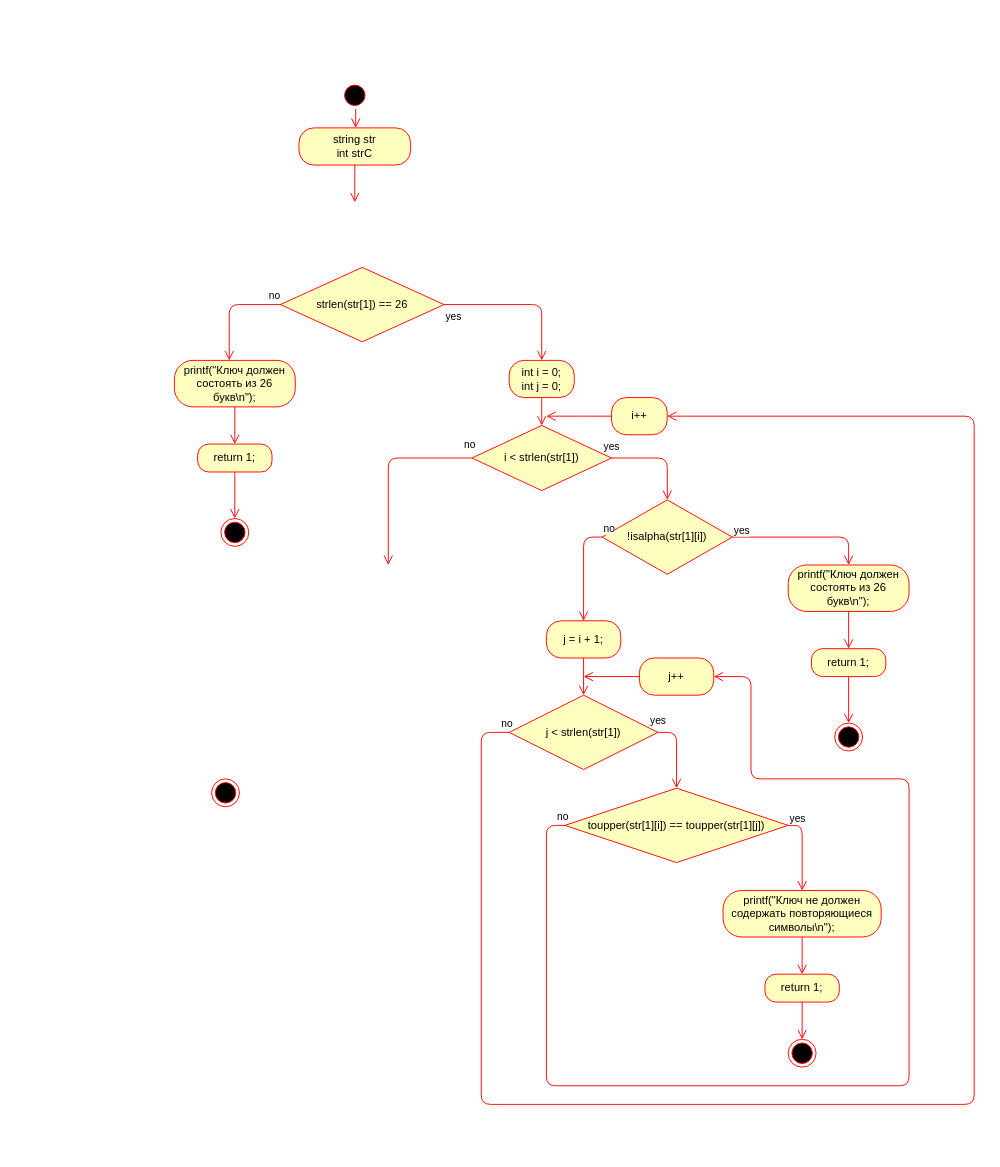
The draw.io diagram subtituti.drawio in ArtemYo8283/test, before the edit. Source tidied: cells renumbered, new cells numbered last; positions are measured from the earlier drawing's top-left corner, leaving out a move shared by most shapes. Both pictures are drawn from the tidied source at 93%, with x=0, y=0 at pixel (174, 81).
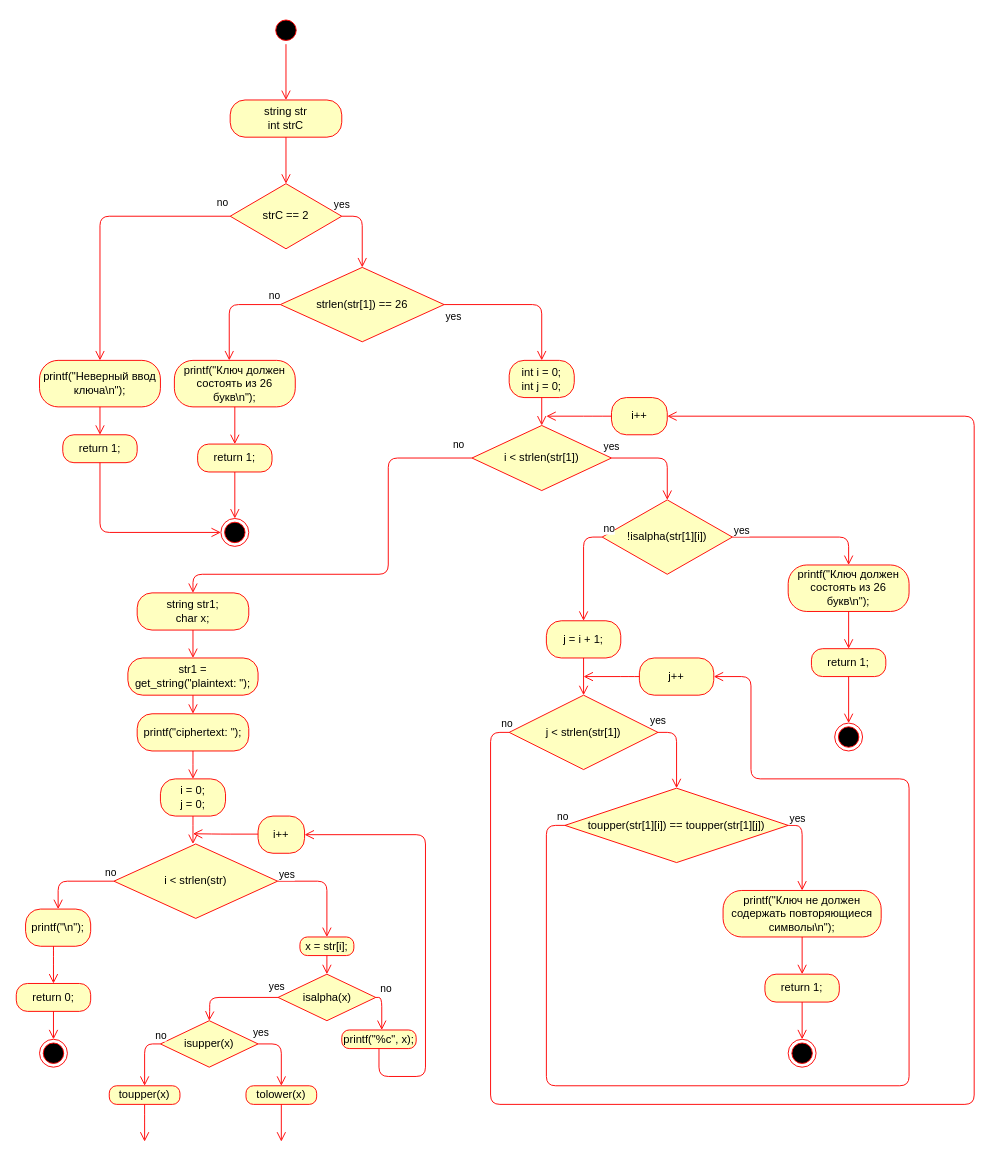
Above is the later version.

The change refers to these unchanged cells:
```xml
<mxCell id="7" value="strlen(str[1]) == 26" style="rhombus;whiteSpace=wrap;html=1;fillColor=#ffffc0;strokeColor=#ff0000;" parent="1" vertex="1">
  <mxGeometry x="114" y="200" width="176" height="80" as="geometry" />
</mxCell>
<mxCell id="12" value="i &amp;lt;&amp;nbsp;strlen(str[1])" style="rhombus;whiteSpace=wrap;html=1;fillColor=#ffffc0;strokeColor=#ff0000;" parent="1" vertex="1">
  <mxGeometry x="320" y="370" width="150" height="70" as="geometry" />
</mxCell>
<mxCell id="25" value="j &amp;lt;&amp;nbsp;strlen(str[1])" style="rhombus;whiteSpace=wrap;html=1;fillColor=#ffffc0;strokeColor=#ff0000;" parent="1" vertex="1">
  <mxGeometry x="360" y="660" width="160" height="80" as="geometry" />
</mxCell>
<mxCell id="38" value="i++" style="rounded=1;whiteSpace=wrap;html=1;arcSize=40;fontColor=#000000;fillColor=#ffffc0;strokeColor=#ff0000;" parent="1" vertex="1">
  <mxGeometry x="470" y="340" width="60" height="40" as="geometry" />
</mxCell>
<mxCell id="44" style="ellipse;html=1;shape=endState;fillColor=#000000;strokeColor=#ff0000;" parent="1" vertex="1">
  <mxGeometry x="50" y="470" width="30" height="30" as="geometry" />
</mxCell>
```

The edit, as a diff of the source:
```diff
@@
-    <mxCell id="2" style="ellipse;html=1;shape=endState;fillColor=#000000;strokeColor=#ff0000;" parent="1" vertex="1">
-      <mxGeometry x="40" y="750" width="30" height="30" as="geometry" />
-    </mxCell>
     <mxCell id="3" style="ellipse;html=1;shape=startState;fillColor=#000000;strokeColor=#ff0000;" parent="1" vertex="1">
-      <mxGeometry x="179" width="30" height="30" as="geometry" />
+      <mxGeometry x="105" y="-70" width="30" height="30" as="geometry" />
     </mxCell>
-    <mxCell id="4" style="edgeStyle=orthogonalEdgeStyle;html=1;verticalAlign=bottom;endArrow=open;endSize=8;strokeColor=#ff0000;" parent="1" edge="1" source="3">
+    <mxCell id="4" style="edgeStyle=orthogonalEdgeStyle;html=1;verticalAlign=bottom;endArrow=open;endSize=8;strokeColor=#ff0000;" parent="1" edge="1" source="3" target="5">
       <mxGeometry relative="1" as="geometry">
-        <mxPoint x="195" y="50" as="targetPoint" />
         <Array as="points">
-          <mxPoint x="195" y="20" />
-          <mxPoint x="195" y="20" />
+          <mxPoint x="120" y="-50" />
         </Array>
       </mxGeometry>
     </mxCell>
     <mxCell id="5" value="string str&lt;br&gt;int strC" style="rounded=1;whiteSpace=wrap;html=1;arcSize=40;fontColor=#000000;fillColor=#ffffc0;strokeColor=#ff0000;" parent="1" vertex="1">
-      <mxGeometry x="134" y="50" width="120" height="40" as="geometry" />
+      <mxGeometry x="60" y="20" width="120" height="40" as="geometry" />
     </mxCell>
-    <mxCell id="6" style="edgeStyle=orthogonalEdgeStyle;html=1;verticalAlign=bottom;endArrow=open;endSize=8;strokeColor=#ff0000;" parent="1" edge="1" source="5">
-      <mxGeometry relative="1" as="geometry">
-        <mxPoint x="194" y="130" as="targetPoint" />
-      </mxGeometry>
+    <mxCell id="6" style="edgeStyle=orthogonalEdgeStyle;html=1;verticalAlign=bottom;endArrow=open;endSize=8;strokeColor=#ff0000;entryX=0.5;entryY=0;entryDx=0;entryDy=0;" parent="1" edge="1" source="5" target="45">
+      <mxGeometry relative="1" as="geometry" />
     </mxCell>
@@
-    <mxCell id="13" value="no" style="edgeStyle=orthogonalEdgeStyle;html=1;align=left;verticalAlign=bottom;endArrow=open;endSize=8;strokeColor=#ff0000;" parent="1" edge="1" source="12">
+    <mxCell id="13" value="no" style="edgeStyle=orthogonalEdgeStyle;html=1;align=left;verticalAlign=bottom;endArrow=open;endSize=8;strokeColor=#ff0000;entryX=0.5;entryY=0;entryDx=0;entryDy=0;" parent="1" edge="1" source="12" target="52">
       <mxGeometry x="-0.9" y="-5" relative="1" as="geometry">
-        <mxPoint x="230" y="520" as="targetPoint" />
         <Array as="points">
           <mxPoint x="230" y="405" />
+          <mxPoint x="230" y="530" />
+          <mxPoint x="20" y="530" />
         </Array>
       </mxGeometry>
     </mxCell>
@@
     <mxCell id="26" value="no" style="edgeStyle=orthogonalEdgeStyle;html=1;align=left;verticalAlign=bottom;endArrow=open;endSize=8;strokeColor=#ff0000;exitX=0;exitY=0.5;exitDx=0;exitDy=0;entryX=1;entryY=0.5;entryDx=0;entryDy=0;" parent="1" edge="1" source="25" target="38">
       <mxGeometry x="-0.99" relative="1" as="geometry">
         <Array as="points">
-          <mxPoint x="330" y="700" />
-          <mxPoint x="330" y="1100" />
+          <mxPoint x="340" y="700" />
+          <mxPoint x="340" y="1100" />
           <mxPoint x="860" y="1100" />
           <mxPoint x="860" y="360" />
         </Array>
       </mxGeometry>
     </mxCell>
@@
+    <mxCell id="45" value="strC == 2" style="rhombus;whiteSpace=wrap;html=1;fillColor=#ffffc0;strokeColor=#ff0000;" parent="1" vertex="1">
+      <mxGeometry x="60" y="110" width="120" height="70" as="geometry" />
+    </mxCell>
+    <mxCell id="46" value="no" style="edgeStyle=orthogonalEdgeStyle;html=1;align=left;verticalAlign=bottom;endArrow=open;endSize=8;strokeColor=#ff0000;exitX=0;exitY=0.5;exitDx=0;exitDy=0;" parent="1" edge="1" source="45" target="48">
+      <mxGeometry x="-0.89" y="-5" relative="1" as="geometry">
+        <Array as="points">
+          <mxPoint x="-80" y="145" />
+        </Array>
+      </mxGeometry>
+    </mxCell>
+    <mxCell id="47" value="yes" style="edgeStyle=orthogonalEdgeStyle;html=1;align=left;verticalAlign=top;endArrow=open;endSize=8;strokeColor=#ff0000;entryX=0.5;entryY=0;entryDx=0;entryDy=0;exitX=1;exitY=0.5;exitDx=0;exitDy=0;" parent="1" edge="1" source="45" target="7">
+      <mxGeometry x="-1" y="27" relative="1" as="geometry">
+        <Array as="points">
+          <mxPoint x="202" y="145" />
+        </Array>
+        <mxPoint x="-10" y="2" as="offset" />
+      </mxGeometry>
+    </mxCell>
+    <mxCell id="48" value="printf(&quot;Неверный ввод ключа\n&quot;);" style="rounded=1;whiteSpace=wrap;html=1;arcSize=40;fontColor=#000000;fillColor=#ffffc0;strokeColor=#ff0000;" parent="1" vertex="1">
+      <mxGeometry x="-145" y="300" width="130" height="50" as="geometry" />
+    </mxCell>
+    <mxCell id="49" style="edgeStyle=orthogonalEdgeStyle;html=1;verticalAlign=bottom;endArrow=open;endSize=8;strokeColor=#ff0000;entryX=0.5;entryY=0;entryDx=0;entryDy=0;" parent="1" edge="1" source="48" target="50">
+      <mxGeometry relative="1" as="geometry" />
+    </mxCell>
+    <mxCell id="50" value="return 1;" style="rounded=1;whiteSpace=wrap;html=1;arcSize=40;fontColor=#000000;fillColor=#ffffc0;strokeColor=#ff0000;" parent="1" vertex="1">
+      <mxGeometry x="-120" y="380" width="80" height="30" as="geometry" />
+    </mxCell>
+    <mxCell id="51" style="edgeStyle=orthogonalEdgeStyle;html=1;verticalAlign=bottom;endArrow=open;endSize=8;strokeColor=#ff0000;entryX=0;entryY=0.5;entryDx=0;entryDy=0;" parent="1" edge="1" source="50" target="44">
+      <mxGeometry relative="1" as="geometry">
+        <Array as="points">
+          <mxPoint x="-80" y="485" />
+        </Array>
+      </mxGeometry>
+    </mxCell>
+    <mxCell id="52" value="string str1;&lt;br&gt;char x;" style="rounded=1;whiteSpace=wrap;html=1;arcSize=40;fontColor=#000000;fillColor=#ffffc0;strokeColor=#ff0000;" parent="1" vertex="1">
+      <mxGeometry x="-40" y="550" width="120" height="40" as="geometry" />
+    </mxCell>
+    <mxCell id="53" style="edgeStyle=orthogonalEdgeStyle;html=1;verticalAlign=bottom;endArrow=open;endSize=8;strokeColor=#ff0000;entryX=0.5;entryY=0;entryDx=0;entryDy=0;" parent="1" edge="1" source="52" target="54">
+      <mxGeometry relative="1" as="geometry" />
+    </mxCell>
+    <mxCell id="54" value="str1 = get_string(&quot;plaintext: &quot;);" style="rounded=1;whiteSpace=wrap;html=1;arcSize=40;fontColor=#000000;fillColor=#ffffc0;strokeColor=#ff0000;" parent="1" vertex="1">
+      <mxGeometry x="-50" y="620" width="140" height="40" as="geometry" />
+    </mxCell>
+    <mxCell id="55" value="printf(&quot;ciphertext: &quot;);" style="rounded=1;whiteSpace=wrap;html=1;arcSize=40;fontColor=#000000;fillColor=#ffffc0;strokeColor=#ff0000;" parent="1" vertex="1">
+      <mxGeometry x="-40" y="680" width="120" height="40" as="geometry" />
+    </mxCell>
+    <mxCell id="56" style="edgeStyle=orthogonalEdgeStyle;html=1;verticalAlign=bottom;endArrow=open;endSize=8;strokeColor=#ff0000;" parent="1" edge="1" source="55">
+      <mxGeometry relative="1" as="geometry">
+        <mxPoint x="20" y="750" as="targetPoint" />
+      </mxGeometry>
+    </mxCell>
+    <mxCell id="57" style="edgeStyle=orthogonalEdgeStyle;html=1;verticalAlign=bottom;endArrow=open;endSize=8;strokeColor=#ff0000;entryX=0.5;entryY=0;entryDx=0;entryDy=0;exitX=0.5;exitY=1;exitDx=0;exitDy=0;" parent="1" edge="1" source="54" target="55">
+      <mxGeometry relative="1" as="geometry" />
+    </mxCell>
+    <mxCell id="58" value="i = 0;&lt;br&gt;j = 0;" style="rounded=1;whiteSpace=wrap;html=1;arcSize=40;fontColor=#000000;fillColor=#ffffc0;strokeColor=#ff0000;" parent="1" vertex="1">
+      <mxGeometry x="-15" y="750" width="70" height="40" as="geometry" />
+    </mxCell>
+    <mxCell id="59" style="edgeStyle=orthogonalEdgeStyle;html=1;verticalAlign=bottom;endArrow=open;endSize=8;strokeColor=#ff0000;" parent="1" edge="1" source="58">
+      <mxGeometry relative="1" as="geometry">
+        <mxPoint x="20" y="820" as="targetPoint" />
+        <Array as="points">
+          <mxPoint x="20" y="810" />
+          <mxPoint x="20" y="810" />
+        </Array>
+      </mxGeometry>
+    </mxCell>
+    <mxCell id="60" value="i &amp;lt; strlen(str)" style="rhombus;whiteSpace=wrap;html=1;fillColor=#ffffc0;strokeColor=#ff0000;" parent="1" vertex="1">
+      <mxGeometry x="-65" y="820" width="176" height="80" as="geometry" />
+    </mxCell>
+    <mxCell id="61" value="no" style="edgeStyle=orthogonalEdgeStyle;html=1;align=left;verticalAlign=bottom;endArrow=open;endSize=8;strokeColor=#ff0000;entryX=0.5;entryY=0;entryDx=0;entryDy=0;" parent="1" edge="1" source="60" target="65">
+      <mxGeometry x="-0.76" relative="1" as="geometry">
+        <Array as="points">
+          <mxPoint x="-125" y="860" />
+        </Array>
+      </mxGeometry>
+    </mxCell>
+    <mxCell id="62" value="yes" style="edgeStyle=orthogonalEdgeStyle;html=1;align=left;verticalAlign=top;endArrow=open;endSize=8;strokeColor=#ff0000;exitX=1;exitY=0.5;exitDx=0;exitDy=0;entryX=0.5;entryY=0;entryDx=0;entryDy=0;" parent="1" edge="1" source="60" target="69">
+      <mxGeometry x="-1" y="20" relative="1" as="geometry">
+        <Array as="points">
+          <mxPoint x="164" y="860" />
+        </Array>
+      </mxGeometry>
+    </mxCell>
+    <mxCell id="63" value="i++" style="rounded=1;whiteSpace=wrap;html=1;arcSize=40;fontColor=#000000;fillColor=#ffffc0;strokeColor=#ff0000;" parent="1" vertex="1">
+      <mxGeometry x="90" y="790" width="50" height="40" as="geometry" />
+    </mxCell>
+    <mxCell id="64" style="edgeStyle=orthogonalEdgeStyle;html=1;verticalAlign=bottom;endArrow=open;endSize=8;strokeColor=#ff0000;" parent="1" edge="1">
+      <mxGeometry relative="1" as="geometry">
+        <mxPoint x="90" y="809.4" as="sourcePoint" />
+        <mxPoint x="20" y="809" as="targetPoint" />
+        <Array as="points">
+          <mxPoint x="50" y="809.4" />
+          <mxPoint x="50" y="809.4" />
+        </Array>
+      </mxGeometry>
+    </mxCell>
+    <mxCell id="65" value="printf(&quot;\n&quot;);" style="rounded=1;whiteSpace=wrap;html=1;arcSize=40;fontColor=#000000;fillColor=#ffffc0;strokeColor=#ff0000;" parent="1" vertex="1">
+      <mxGeometry x="-160" y="890" width="70" height="40" as="geometry" />
+    </mxCell>
+    <mxCell id="66" style="edgeStyle=orthogonalEdgeStyle;html=1;verticalAlign=bottom;endArrow=open;endSize=8;strokeColor=#ff0000;" parent="1" edge="1" source="65">
+      <mxGeometry relative="1" as="geometry">
+        <mxPoint x="-130" y="970" as="targetPoint" />
+        <Array as="points">
+          <mxPoint x="-130" y="940" />
+          <mxPoint x="-130" y="940" />
+        </Array>
+      </mxGeometry>
+    </mxCell>
+    <mxCell id="67" value="return 0;" style="rounded=1;whiteSpace=wrap;html=1;arcSize=40;fontColor=#000000;fillColor=#ffffc0;strokeColor=#ff0000;" parent="1" vertex="1">
+      <mxGeometry x="-170" y="970" width="80" height="30" as="geometry" />
+    </mxCell>
+    <mxCell id="2" style="ellipse;html=1;shape=endState;fillColor=#000000;strokeColor=#ff0000;" parent="1" vertex="1">
+      <mxGeometry x="-145" y="1030" width="30" height="30" as="geometry" />
+    </mxCell>
+    <mxCell id="68" style="edgeStyle=orthogonalEdgeStyle;html=1;verticalAlign=bottom;endArrow=open;endSize=8;strokeColor=#ff0000;" parent="1" edge="1" source="67" target="2">
+      <mxGeometry relative="1" as="geometry" />
+    </mxCell>
+    <mxCell id="69" value="x = str[i];" style="rounded=1;whiteSpace=wrap;html=1;arcSize=40;fontColor=#000000;fillColor=#ffffc0;strokeColor=#ff0000;" parent="1" vertex="1">
+      <mxGeometry x="135" y="920" width="58" height="20" as="geometry" />
+    </mxCell>
+    <mxCell id="70" style="edgeStyle=orthogonalEdgeStyle;html=1;verticalAlign=bottom;endArrow=open;endSize=8;strokeColor=#ff0000;entryX=0.5;entryY=0;entryDx=0;entryDy=0;" parent="1" edge="1" source="69" target="71">
+      <mxGeometry relative="1" as="geometry" />
+    </mxCell>
+    <mxCell id="71" value="isalpha(x)" style="rhombus;whiteSpace=wrap;html=1;fillColor=#ffffc0;strokeColor=#ff0000;" parent="1" vertex="1">
+      <mxGeometry x="111.5" y="960" width="105" height="50" as="geometry" />
+    </mxCell>
+    <mxCell id="72" value="no" style="edgeStyle=orthogonalEdgeStyle;html=1;align=left;verticalAlign=bottom;endArrow=open;endSize=8;strokeColor=#ff0000;entryX=0.5;entryY=0;entryDx=0;entryDy=0;" parent="1" edge="1" source="71" target="74">
+      <mxGeometry x="-1" y="-108" relative="1" as="geometry">
+        <Array as="points">
+          <mxPoint x="38" y="985" />
+          <mxPoint x="38" y="1000" />
+        </Array>
+        <mxPoint x="108" y="108" as="offset" />
+      </mxGeometry>
+    </mxCell>
+    <mxCell id="73" value="yes" style="edgeStyle=orthogonalEdgeStyle;html=1;align=left;verticalAlign=top;endArrow=open;endSize=8;strokeColor=#ff0000;exitX=1;exitY=0.5;exitDx=0;exitDy=0;" parent="1" edge="1" source="71">
+      <mxGeometry x="-1" y="119" relative="1" as="geometry">
+        <mxPoint x="223" y="1020" as="targetPoint" />
+        <Array as="points">
+          <mxPoint x="223" y="985" />
+        </Array>
+        <mxPoint x="-117" y="94" as="offset" />
+      </mxGeometry>
+    </mxCell>
+    <mxCell id="74" value="isupper(x)" style="rhombus;whiteSpace=wrap;html=1;fillColor=#ffffc0;strokeColor=#ff0000;" parent="1" vertex="1">
+      <mxGeometry x="-15" y="1010" width="105" height="50" as="geometry" />
+    </mxCell>
+    <mxCell id="75" value="no" style="edgeStyle=orthogonalEdgeStyle;html=1;align=left;verticalAlign=bottom;endArrow=open;endSize=8;strokeColor=#ff0000;entryX=0.5;entryY=0;entryDx=0;entryDy=0;exitX=0;exitY=0.5;exitDx=0;exitDy=0;" parent="1" edge="1" source="74" target="77">
+      <mxGeometry x="-0.76" relative="1" as="geometry">
+        <Array as="points">
+          <mxPoint x="-32" y="1035" />
+        </Array>
+      </mxGeometry>
+    </mxCell>
+    <mxCell id="76" value="yes" style="edgeStyle=orthogonalEdgeStyle;html=1;align=left;verticalAlign=top;endArrow=open;endSize=8;strokeColor=#ff0000;exitX=1;exitY=0.5;exitDx=0;exitDy=0;entryX=0.5;entryY=0;entryDx=0;entryDy=0;" parent="1" edge="1" source="74" target="79">
+      <mxGeometry x="-1" y="26" relative="1" as="geometry">
+        <Array as="points">
+          <mxPoint x="115" y="1035" />
+        </Array>
+        <mxPoint x="-7" y="1" as="offset" />
+      </mxGeometry>
+    </mxCell>
+    <mxCell id="77" value="toupper(x)" style="rounded=1;whiteSpace=wrap;html=1;arcSize=40;fontColor=#000000;fillColor=#ffffc0;strokeColor=#ff0000;" parent="1" vertex="1">
+      <mxGeometry x="-70" y="1080" width="76" height="20" as="geometry" />
+    </mxCell>
+    <mxCell id="78" style="edgeStyle=orthogonalEdgeStyle;html=1;verticalAlign=bottom;endArrow=open;endSize=8;strokeColor=#ff0000;" parent="1" edge="1" source="77">
+      <mxGeometry relative="1" as="geometry">
+        <mxPoint x="-32" y="1140" as="targetPoint" />
+        <Array as="points">
+          <mxPoint x="-32" y="1110" />
+          <mxPoint x="-32" y="1110" />
+        </Array>
+      </mxGeometry>
+    </mxCell>
+    <mxCell id="79" value="tolower(x)" style="rounded=1;whiteSpace=wrap;html=1;arcSize=40;fontColor=#000000;fillColor=#ffffc0;strokeColor=#ff0000;" parent="1" vertex="1">
+      <mxGeometry x="77" y="1080" width="76" height="20" as="geometry" />
+    </mxCell>
+    <mxCell id="80" style="edgeStyle=orthogonalEdgeStyle;html=1;verticalAlign=bottom;endArrow=open;endSize=8;strokeColor=#ff0000;" parent="1" edge="1" source="79">
+      <mxGeometry relative="1" as="geometry">
+        <mxPoint x="115" y="1140" as="targetPoint" />
+        <Array as="points">
+          <mxPoint x="115" y="1100" />
+          <mxPoint x="115" y="1100" />
+        </Array>
+      </mxGeometry>
+    </mxCell>
+    <mxCell id="81" value="printf(&quot;%c&quot;, x);" style="rounded=1;whiteSpace=wrap;html=1;arcSize=40;fontColor=#000000;fillColor=#ffffc0;strokeColor=#ff0000;" parent="1" vertex="1">
+      <mxGeometry x="180" y="1020" width="80" height="20" as="geometry" />
+    </mxCell>
+    <mxCell id="82" style="edgeStyle=orthogonalEdgeStyle;html=1;verticalAlign=bottom;endArrow=open;endSize=8;strokeColor=#ff0000;exitX=0.5;exitY=1;exitDx=0;exitDy=0;entryX=1;entryY=0.5;entryDx=0;entryDy=0;" parent="1" edge="1" source="81" target="63">
+      <mxGeometry relative="1" as="geometry">
+        <Array as="points">
+          <mxPoint x="220" y="1070" />
+          <mxPoint x="270" y="1070" />
+          <mxPoint x="270" y="810" />
+        </Array>
+      </mxGeometry>
+    </mxCell>
```
